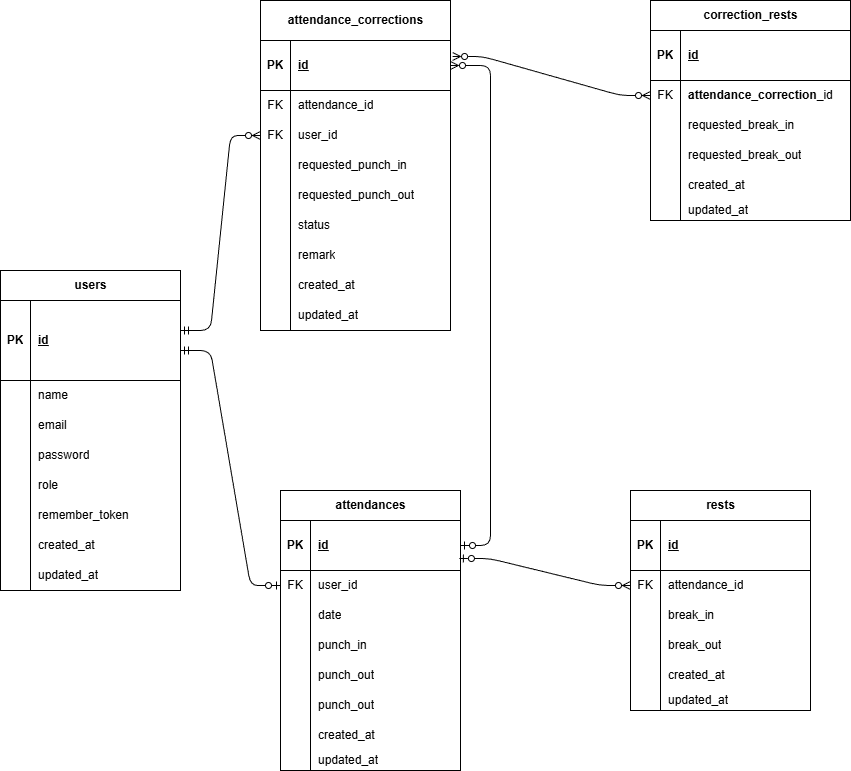
The draw.io diagram ER.drawio.png in HIDE52/hide-kintaiapp, before a commit. Source tidied: cells renumbered, new cells last; positions are measured from the earlier drawing's top-left corner, leaving out a move shared by most shapes.
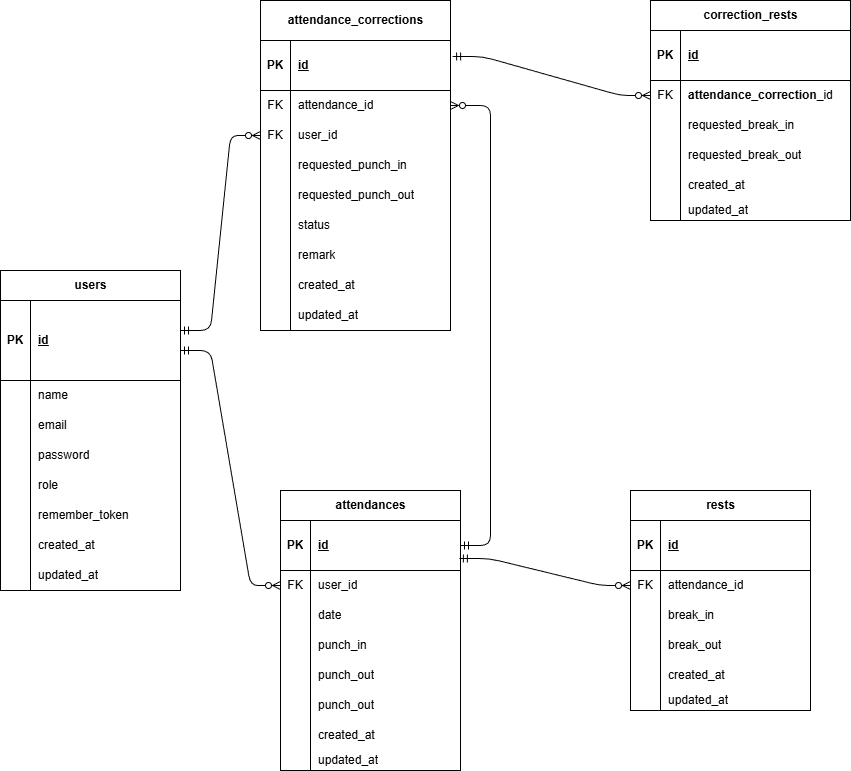
The same diagram one commit later.

What changed in the source:
```diff
@@ -358,28 +358,28 @@
         </Array>
       </mxGeometry>
     </mxCell>
-    <mxCell id="119" style="edgeStyle=entityRelationEdgeStyle;fontSize=12;html=1;endArrow=ERzeroToMany;startArrow=ERzeroToMany;endFill=0;startFill=0;exitX=1.011;exitY=0.32;exitDx=0;exitDy=0;exitPerimeter=0;" parent="1" edge="1" source="3" target="103">
+    <mxCell id="119" style="edgeStyle=entityRelationEdgeStyle;fontSize=12;html=1;endArrow=ERzeroToMany;startArrow=ERmandOne;endFill=0;startFill=0;exitX=1.011;exitY=0.32;exitDx=0;exitDy=0;exitPerimeter=0;" parent="1" edge="1" source="3" target="103">
       <mxGeometry relative="1" as="geometry">
         <Array as="points">
           <mxPoint x="560" />
         </Array>
       </mxGeometry>
     </mxCell>
-    <mxCell id="120" style="edgeStyle=entityRelationEdgeStyle;fontSize=12;html=1;endArrow=ERzeroToOne;startArrow=ERmandOne;endFill=0;exitX=1;exitY=0.625;exitDx=0;exitDy=0;exitPerimeter=0;" parent="1" edge="1" source="50" target="78">
+    <mxCell id="120" style="edgeStyle=entityRelationEdgeStyle;fontSize=12;html=1;endArrow=ERzeroToMany;startArrow=ERmandOne;endFill=0;exitX=1;exitY=0.625;exitDx=0;exitDy=0;exitPerimeter=0;" parent="1" edge="1" source="50" target="78">
       <mxGeometry relative="1" as="geometry">
         <Array as="points">
           <mxPoint x="235" y="715" />
         </Array>
       </mxGeometry>
     </mxCell>
-    <mxCell id="121" style="edgeStyle=entityRelationEdgeStyle;fontSize=12;html=1;endArrow=ERzeroToMany;startArrow=ERzeroToOne;endFill=0;startFill=0;exitX=0.994;exitY=0.76;exitDx=0;exitDy=0;exitPerimeter=0;" parent="1" edge="1" source="75" target="34">
+    <mxCell id="121" style="edgeStyle=entityRelationEdgeStyle;fontSize=12;html=1;endArrow=ERzeroToMany;startArrow=ERmandOne;endFill=0;startFill=0;exitX=0.994;exitY=0.76;exitDx=0;exitDy=0;exitPerimeter=0;" parent="1" edge="1" source="75" target="34">
       <mxGeometry relative="1" as="geometry">
         <Array as="points">
           <mxPoint x="470" y="845" />
         </Array>
       </mxGeometry>
     </mxCell>
-    <mxCell id="122" style="edgeStyle=entityRelationEdgeStyle;fontSize=12;html=1;endArrow=ERzeroToMany;startArrow=ERzeroToOne;endFill=0;" parent="1" edge="1" source="75" target="3">
+    <mxCell id="122" style="edgeStyle=entityRelationEdgeStyle;fontSize=12;html=1;endArrow=ERzeroToMany;startArrow=ERmandOne;endFill=0;startFill=0;" parent="1" edge="1" source="75" target="6">
       <mxGeometry relative="1" as="geometry" />
     </mxCell>
   </root>
```
